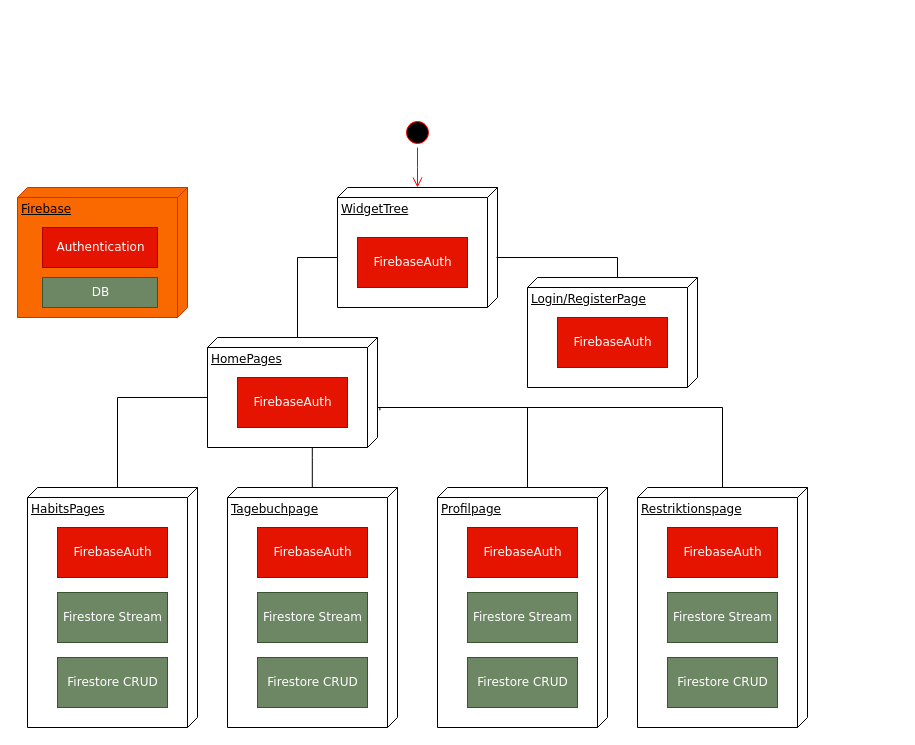
This is UML Diagramme/ArchitekturKVTI.drawio from PriXss/UMLDiagramme, a draw.io file, before an edit. Source tidied: cells renumbered, new cells numbered last; positions are measured from the earlier drawing's top-left corner, leaving out a move shared by most shapes. Both pictures are drawn from the tidied source at 100%, with x=0, y=0 at pixel (17, 117).
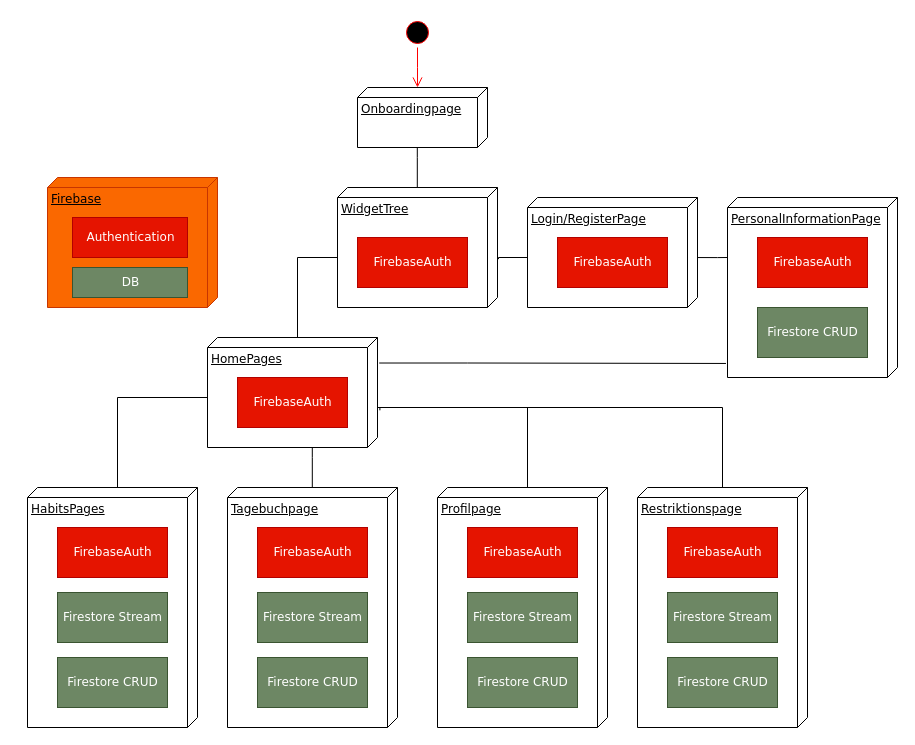
The same page after the edit.

Unchanged cells that the change refers to:
```xml
<mxCell id="2" value="WidgetTree" style="verticalAlign=top;align=left;spacingTop=8;spacingLeft=2;spacingRight=12;shape=cube;size=10;direction=south;fontStyle=4;html=1;rounded=0;shadow=0;comic=0;labelBackgroundColor=none;strokeWidth=1;fontFamily=Verdana;fontSize=12;" parent="1" vertex="1">
  <mxGeometry x="320" y="70" width="160" height="120" as="geometry" />
</mxCell>
<mxCell id="5" value="HomePages" style="verticalAlign=top;align=left;spacingTop=8;spacingLeft=2;spacingRight=12;shape=cube;size=10;direction=south;fontStyle=4;html=1;rounded=0;shadow=0;comic=0;labelBackgroundColor=none;strokeWidth=1;fontFamily=Verdana;fontSize=12;" parent="1" vertex="1">
  <mxGeometry x="190" y="220" width="170" height="110" as="geometry" />
</mxCell>
```

The edit, as a diff of the source:
```diff
@@
     <mxCell id="7" value="Login/RegisterPage" style="verticalAlign=top;align=left;spacingTop=8;spacingLeft=2;spacingRight=12;shape=cube;size=10;direction=south;fontStyle=4;html=1;rounded=0;shadow=0;comic=0;labelBackgroundColor=none;strokeWidth=1;fontFamily=Verdana;fontSize=12;" parent="1" vertex="1">
-      <mxGeometry x="510" y="160" width="170" height="110" as="geometry" />
+      <mxGeometry x="510" y="80" width="170" height="110" as="geometry" />
     </mxCell>
     <mxCell id="8" value="FirebaseAuth" style="html=1;rounded=0;shadow=0;comic=0;labelBackgroundColor=none;strokeWidth=1;fontFamily=Verdana;fontSize=12;align=center;fillColor=#e51400;fontColor=#ffffff;strokeColor=#B20000;" parent="1" vertex="1">
-      <mxGeometry x="540" y="200" width="110" height="50" as="geometry" />
+      <mxGeometry x="540" y="120" width="110" height="50" as="geometry" />
     </mxCell>
-    <mxCell id="9" style="edgeStyle=orthogonalEdgeStyle;rounded=0;html=1;labelBackgroundColor=none;startArrow=none;startFill=0;startSize=8;endArrow=none;endFill=0;endSize=16;fontFamily=Verdana;fontSize=12;entryX=0;entryY=0;entryDx=0;entryDy=80;entryPerimeter=0;" parent="1" edge="1" target="7">
-      <mxGeometry relative="1" as="geometry">
-        <mxPoint x="479" y="140" as="sourcePoint" />
-        <Array as="points">
-          <mxPoint x="600" y="140" />
-        </Array>
-      </mxGeometry>
-    </mxCell>
@@
     <mxCell id="26" style="ellipse;html=1;shape=startState;fillColor=#000000;strokeColor=#ff0000;" parent="1" vertex="1">
-      <mxGeometry x="385" width="30" height="30" as="geometry" />
+      <mxGeometry x="385" y="-100" width="30" height="30" as="geometry" />
     </mxCell>
     <mxCell id="27" style="edgeStyle=orthogonalEdgeStyle;html=1;verticalAlign=bottom;endArrow=open;endSize=8;strokeColor=#ff0000;rounded=0;" parent="1" edge="1" source="26">
       <mxGeometry relative="1" as="geometry">
-        <mxPoint x="400" y="70" as="targetPoint" />
+        <mxPoint x="400" y="-30" as="targetPoint" />
       </mxGeometry>
     </mxCell>
     <mxCell id="28" value="Firebase" style="verticalAlign=top;align=left;spacingTop=8;spacingLeft=2;spacingRight=12;shape=cube;size=10;direction=south;fontStyle=4;html=1;rounded=0;shadow=0;comic=0;labelBackgroundColor=none;strokeWidth=1;fontFamily=Verdana;fontSize=12;fillColor=#fa6800;strokeColor=#C73500;fontColor=#000000;" parent="1" vertex="1">
-      <mxGeometry y="70" width="170" height="130" as="geometry" />
+      <mxGeometry x="30" y="60" width="170" height="130" as="geometry" />
     </mxCell>
     <mxCell id="29" value="DB" style="html=1;rounded=0;shadow=0;comic=0;labelBackgroundColor=none;strokeWidth=1;fontFamily=Verdana;fontSize=12;align=center;fillColor=#6d8764;strokeColor=#3A5431;fontColor=#ffffff;" parent="1" vertex="1">
-      <mxGeometry x="25" y="160" width="115" height="30" as="geometry" />
+      <mxGeometry x="55" y="150" width="115" height="30" as="geometry" />
     </mxCell>
     <mxCell id="30" value="Authentication" style="html=1;rounded=0;shadow=0;comic=0;labelBackgroundColor=none;strokeWidth=1;fontFamily=Verdana;fontSize=12;align=center;fillColor=#e51400;strokeColor=#B20000;fontColor=#ffffff;" parent="1" vertex="1">
-      <mxGeometry x="25" y="110" width="115" height="40" as="geometry" />
+      <mxGeometry x="55" y="100" width="115" height="40" as="geometry" />
     </mxCell>
@@
+    <mxCell id="35" value="Onboardingpage" style="verticalAlign=top;align=left;spacingTop=8;spacingLeft=2;spacingRight=12;shape=cube;size=10;direction=south;fontStyle=4;html=1;rounded=0;shadow=0;comic=0;labelBackgroundColor=none;strokeWidth=1;fontFamily=Verdana;fontSize=12;" parent="1" vertex="1">
+      <mxGeometry x="340" y="-30" width="130" height="60" as="geometry" />
+    </mxCell>
+    <mxCell id="36" style="edgeStyle=orthogonalEdgeStyle;rounded=0;html=1;labelBackgroundColor=none;startArrow=none;startFill=0;startSize=8;endArrow=none;endFill=0;endSize=16;fontFamily=Verdana;fontSize=12;entryX=0;entryY=0;entryDx=0;entryDy=80;entryPerimeter=0;exitX=0;exitY=0;exitDx=110;exitDy=90;exitPerimeter=0;" parent="1" edge="1">
+      <mxGeometry relative="1" as="geometry">
+        <mxPoint x="399.8" y="30" as="sourcePoint" />
+        <mxPoint x="399.8" y="70" as="targetPoint" />
+        <Array as="points">
+          <mxPoint x="399.8" y="40" />
+          <mxPoint x="399.8" y="40" />
+        </Array>
+      </mxGeometry>
+    </mxCell>
+    <mxCell id="37" style="edgeStyle=orthogonalEdgeStyle;rounded=0;html=1;labelBackgroundColor=none;startArrow=none;startFill=0;startSize=8;endArrow=none;endFill=0;endSize=16;fontFamily=Verdana;fontSize=12;entryX=0;entryY=0;entryDx=60;entryDy=170;entryPerimeter=0;exitX=0.597;exitY=-0.006;exitDx=0;exitDy=0;exitPerimeter=0;" parent="1" edge="1" source="2" target="7">
+      <mxGeometry relative="1" as="geometry">
+        <Array as="points">
+          <mxPoint x="481" y="140" />
+        </Array>
+      </mxGeometry>
+    </mxCell>
+    <mxCell id="38" value="PersonalInformationPage" style="verticalAlign=top;align=left;spacingTop=8;spacingLeft=2;spacingRight=12;shape=cube;size=10;direction=south;fontStyle=4;html=1;rounded=0;shadow=0;comic=0;labelBackgroundColor=none;strokeWidth=1;fontFamily=Verdana;fontSize=12;" parent="1" vertex="1">
+      <mxGeometry x="710" y="80" width="170" height="180" as="geometry" />
+    </mxCell>
+    <mxCell id="39" value="FirebaseAuth" style="html=1;rounded=0;shadow=0;comic=0;labelBackgroundColor=none;strokeWidth=1;fontFamily=Verdana;fontSize=12;align=center;fillColor=#e51400;fontColor=#ffffff;strokeColor=#B20000;" parent="1" vertex="1">
+      <mxGeometry x="740" y="120" width="110" height="50" as="geometry" />
+    </mxCell>
+    <mxCell id="40" value="Firestore CRUD" style="html=1;rounded=0;shadow=0;comic=0;labelBackgroundColor=none;strokeWidth=1;fontFamily=Verdana;fontSize=12;align=center;fillColor=#6d8764;fontColor=#ffffff;strokeColor=#3A5431;" parent="1" vertex="1">
+      <mxGeometry x="740" y="190" width="110" height="50" as="geometry" />
+    </mxCell>
+    <mxCell id="41" style="edgeStyle=orthogonalEdgeStyle;rounded=0;html=1;labelBackgroundColor=none;startArrow=none;startFill=0;startSize=8;endArrow=none;endFill=0;endSize=16;fontFamily=Verdana;fontSize=12;entryX=0.922;entryY=1.009;entryDx=0;entryDy=0;entryPerimeter=0;exitX=0.232;exitY=-0.01;exitDx=0;exitDy=0;exitPerimeter=0;" parent="1" edge="1" source="5" target="38">
+      <mxGeometry relative="1" as="geometry">
+        <Array as="points">
+          <mxPoint x="450" y="246" />
+        </Array>
+      </mxGeometry>
+    </mxCell>
+    <mxCell id="42" style="edgeStyle=orthogonalEdgeStyle;rounded=0;html=1;labelBackgroundColor=none;startArrow=none;startFill=0;startSize=8;endArrow=none;endFill=0;endSize=16;fontFamily=Verdana;fontSize=12;exitX=0.546;exitY=-0.001;exitDx=0;exitDy=0;exitPerimeter=0;" parent="1" edge="1" source="7">
+      <mxGeometry relative="1" as="geometry">
+        <mxPoint x="710" y="140" as="targetPoint" />
+        <Array as="points">
+          <mxPoint x="700" y="140" />
+          <mxPoint x="700" y="140" />
+        </Array>
+      </mxGeometry>
+    </mxCell>
```
